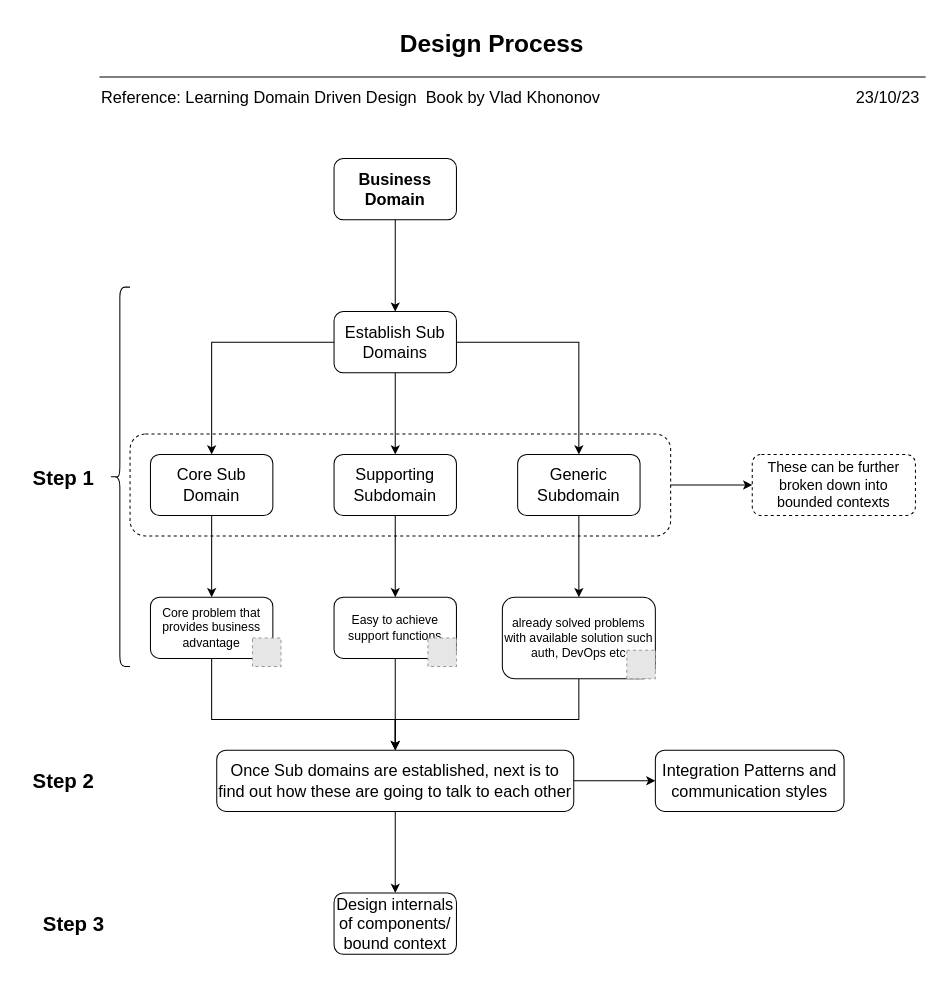
This is page "2 Design Process LDDD" (3 of 4) of SolutionArchitectureProcess.drawio from Gaur4vGaur/probable-octo, a draw.io file, before an edit. Source tidied: cells renumbered, new cells numbered last; positions are measured from the earlier drawing's top-left corner, leaving out a move shared by most shapes. Both pictures are drawn from the tidied source at 102%, with x=0, y=0 at pixel (28, 36). Pictures stored in the file or linked from it are replaced by grey dashed boxes.
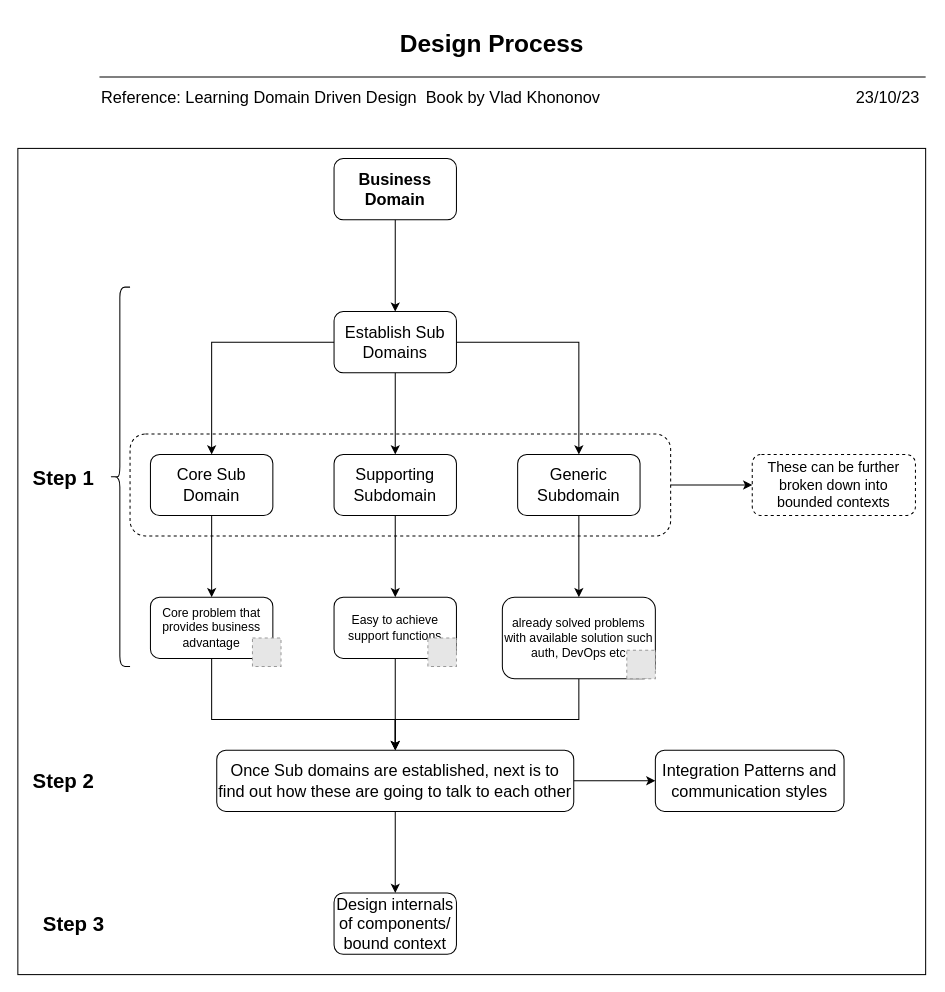
After the change.

Diff of the diagram source:
```diff
@@
+    <mxCell id="39" style="rounded=0;whiteSpace=wrap;html=1;" parent="1" vertex="1">
+      <mxGeometry x="-10" y="110" width="890" height="810" as="geometry" />
+    </mxCell>
```
